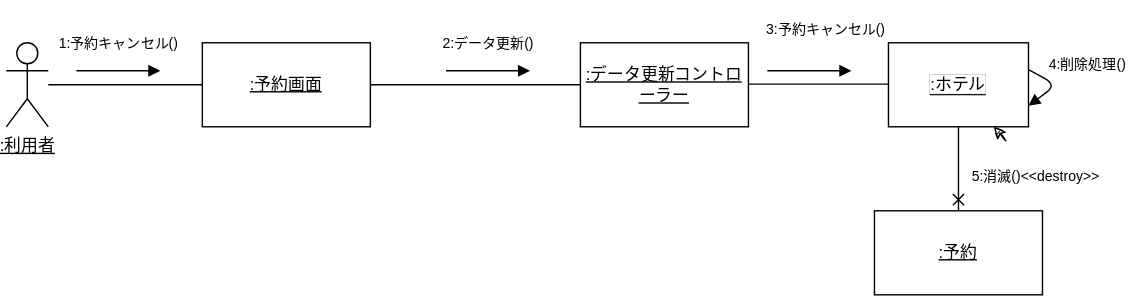
This is 演習５-2_CD_予約登録削除.drawio.svg from koha0516/uml-introduction, a draw.io export, as it was before one commit. Source tidied: cells renumbered, new cells last; positions are measured from the earlier drawing's top-left corner, leaving out a move shared by most shapes.
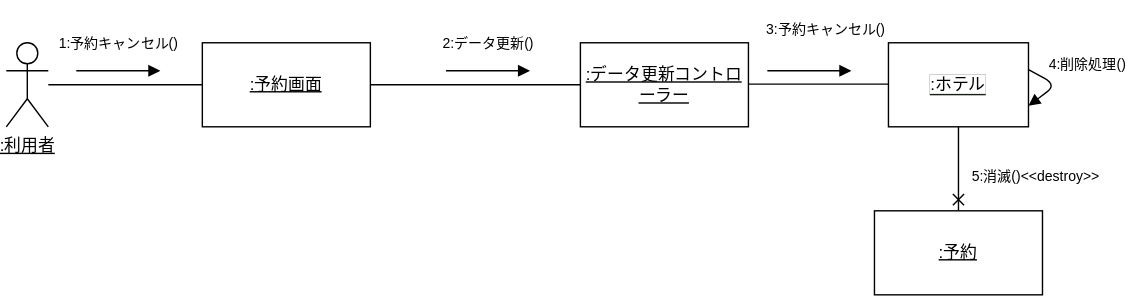
The same diagram one commit later.

Diff of the diagram source:
```diff
@@ -53,9 +53,6 @@
     <mxCell id="14" value="&lt;p style=&quot;line-height: 100%; font-size: 10px;&quot;&gt;&lt;font color=&quot;#000000&quot;&gt;3:予約キャンセル()&lt;/font&gt;&lt;/p&gt;" style="text;html=1;align=center;verticalAlign=middle;strokeColor=none;fillColor=none;fontColor=#ffffff;labelBackgroundColor=none;" parent="1" vertex="1">
       <mxGeometry x="530" width="110" height="40" as="geometry" />
     </mxCell>
-    <mxCell id="15" style="edgeStyle=none;sketch=1;hachureGap=4;jiggle=2;curveFitting=1;html=1;fontFamily=Helvetica;fontSize=16;" parent="1" edge="1" source="16" target="12">
-      <mxGeometry relative="1" as="geometry" />
-    </mxCell>
     <mxCell id="16" value="&lt;p style=&quot;font-size: 10px;&quot;&gt;&lt;font face=&quot;Helvetica&quot; style=&quot;font-size: 10px;&quot;&gt;5:消滅()&amp;lt;&amp;lt;destroy&amp;gt;&amp;gt;&lt;/font&gt;&lt;/p&gt;" style="text;html=1;align=center;verticalAlign=middle;points=[];strokeColor=none;fillColor=none;fontSize=10;fontFamily=Architects Daughter;sketch=1;hachureGap=4;jiggle=2;curveFitting=1;fontSource=https%3A%2F%2Ffonts.googleapis.com%2Fcss%3Ffamily%3DArchitects%2BDaughter;" parent="1" vertex="1">
       <mxGeometry x="680" y="100" width="110" height="50" as="geometry" />
     </mxCell>
```
